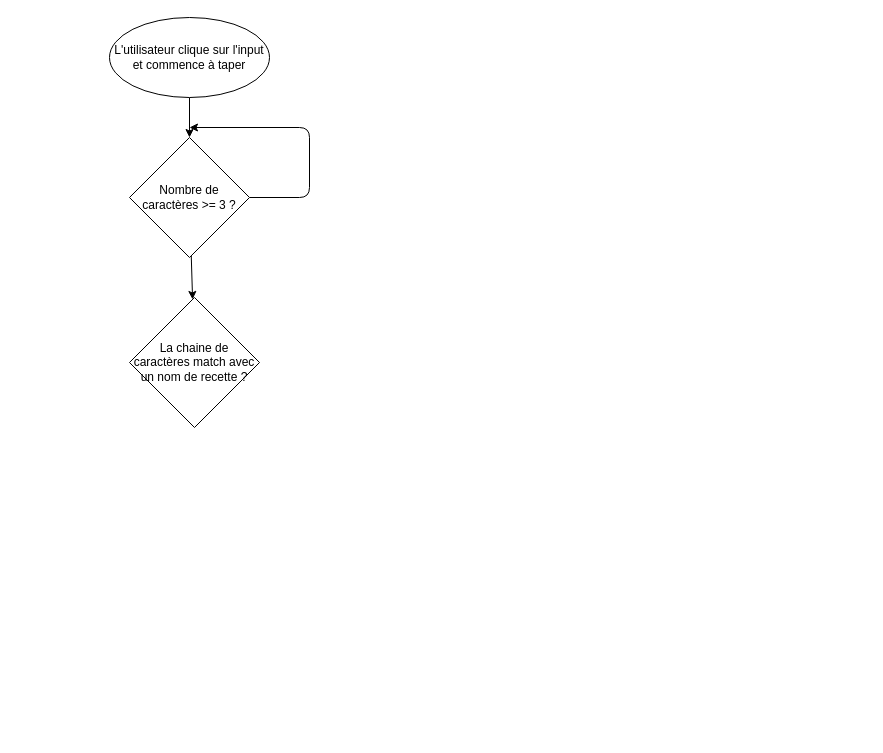
Earlier version of the draw.io diagram algorigramme.drawio (Matthieu-Mary/P7-Les_petits_plats). Source tidied: cells renumbered, new cells numbered last; positions are measured from the earlier drawing's top-left corner, leaving out a move shared by most shapes. Both pictures are drawn from the tidied source at 100%, with x=0, y=0 at pixel (109, 17).
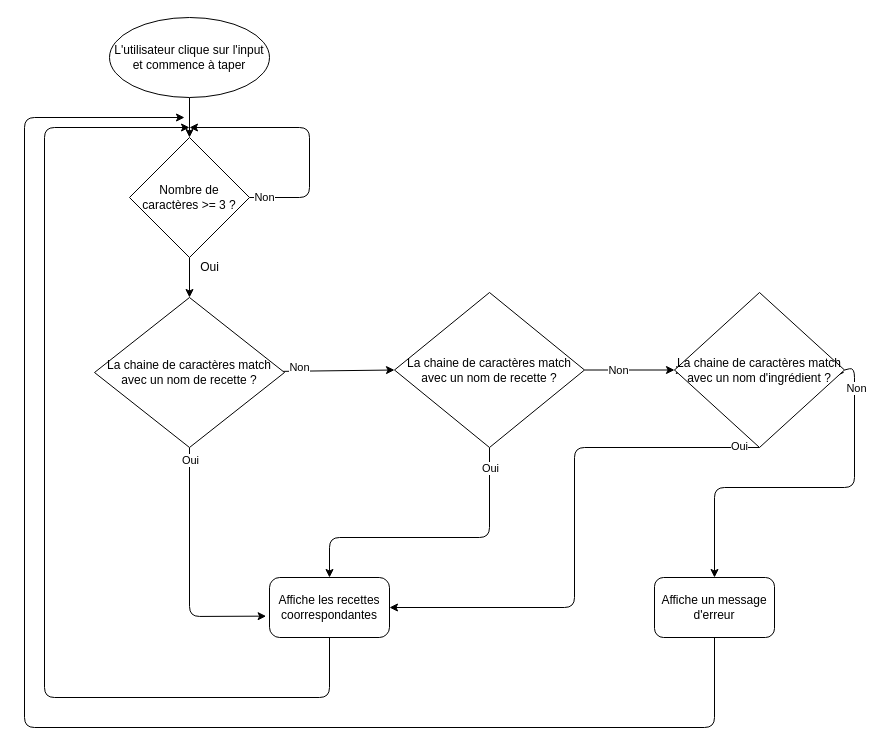
After the change.

Unchanged cells that the change refers to:
```xml
<mxCell id="4" style="edgeStyle=none;html=1;exitX=1;exitY=0.5;exitDx=0;exitDy=0;" parent="1" edge="1" source="6">
  <mxGeometry relative="1" as="geometry">
    <mxPoint x="80" y="110" as="targetPoint" />
    <Array as="points">
      <mxPoint x="200" y="180" />
      <mxPoint x="200" y="110" />
    </Array>
  </mxGeometry>
</mxCell>
<mxCell id="6" value="Nombre de caractères &amp;gt;= 3 ?" style="rhombus;whiteSpace=wrap;html=1;" parent="1" vertex="1">
  <mxGeometry x="20" y="120" width="120" height="120" as="geometry" />
</mxCell>
```

Change to the diagram source:
```diff
@@
+    <mxCell id="8" value="Non" style="edgeLabel;html=1;align=center;verticalAlign=middle;" parent="4" vertex="1">
+      <mxGeometry x="-0.89" y="1" relative="1" as="geometry" />
+    </mxCell>
-    <mxCell id="5" style="edgeStyle=none;html=1;" parent="1" edge="1" source="6" target="7">
+    <mxCell id="5" style="edgeStyle=none;html=1;exitX=0.5;exitY=1;exitDx=0;exitDy=0;" parent="1" edge="1" source="6" target="7">
       <mxGeometry relative="1" as="geometry" />
     </mxCell>
@@
+    <mxCell id="9" style="edgeStyle=none;html=1;entryX=-0.028;entryY=0.644;entryDx=0;entryDy=0;entryPerimeter=0;" parent="1" edge="1" target="14">
+      <mxGeometry relative="1" as="geometry">
+        <mxPoint x="80" y="430" as="sourcePoint" />
+        <Array as="points">
+          <mxPoint x="80" y="599" />
+        </Array>
+      </mxGeometry>
+    </mxCell>
+    <mxCell id="10" value="Oui" style="edgeLabel;html=1;align=center;verticalAlign=middle;" parent="9" vertex="1">
+      <mxGeometry x="-0.9" relative="1" as="geometry" />
+    </mxCell>
+    <mxCell id="11" style="edgeStyle=none;html=1;entryX=0;entryY=0.5;entryDx=0;entryDy=0;" parent="1" edge="1" source="7" target="18">
+      <mxGeometry relative="1" as="geometry" />
+    </mxCell>
+    <mxCell id="12" value="Non" style="edgeLabel;html=1;align=center;verticalAlign=middle;" parent="11" vertex="1">
+      <mxGeometry x="-0.72" y="4" relative="1" as="geometry" />
+    </mxCell>
     <mxCell id="7" value="La chaine de caractères match avec un nom de recette ?" style="rhombus;whiteSpace=wrap;html=1;" parent="1" vertex="1">
-      <mxGeometry x="20" y="280" width="130" height="130" as="geometry" />
+      <mxGeometry x="-15" y="280" width="190" height="150" as="geometry" />
     </mxCell>
+    <mxCell id="13" style="edgeStyle=none;html=1;exitX=0.5;exitY=1;exitDx=0;exitDy=0;" parent="1" edge="1" source="14">
+      <mxGeometry relative="1" as="geometry">
+        <mxPoint x="80" y="110" as="targetPoint" />
+        <Array as="points">
+          <mxPoint x="220" y="680" />
+          <mxPoint x="-65" y="680" />
+          <mxPoint x="-65" y="110" />
+        </Array>
+      </mxGeometry>
+    </mxCell>
+    <mxCell id="14" value="Affiche les recettes coorrespondantes" style="rounded=1;whiteSpace=wrap;html=1;arcSize=17;" parent="1" vertex="1">
+      <mxGeometry x="160" y="560" width="120" height="60" as="geometry" />
+    </mxCell>
+    <mxCell id="15" style="edgeStyle=none;html=1;exitX=1;exitY=0.5;exitDx=0;exitDy=0;" parent="1" edge="1" source="18" target="27">
+      <mxGeometry relative="1" as="geometry" />
+    </mxCell>
+    <mxCell id="16" style="edgeStyle=none;html=1;exitX=0.5;exitY=1;exitDx=0;exitDy=0;entryX=0.5;entryY=0;entryDx=0;entryDy=0;" parent="1" edge="1" source="18" target="14">
+      <mxGeometry relative="1" as="geometry">
+        <Array as="points">
+          <mxPoint x="380" y="520" />
+          <mxPoint x="220" y="520" />
+        </Array>
+      </mxGeometry>
+    </mxCell>
+    <mxCell id="17" value="Oui" style="edgeLabel;html=1;align=center;verticalAlign=middle;" parent="16" vertex="1">
+      <mxGeometry x="-0.86" relative="1" as="geometry" />
+    </mxCell>
+    <mxCell id="18" value="&lt;span&gt;La chaine de caractères match avec un nom de recette ?&lt;/span&gt;" style="rhombus;whiteSpace=wrap;html=1;" parent="1" vertex="1">
+      <mxGeometry x="285" y="275" width="190" height="155" as="geometry" />
+    </mxCell>
+    <mxCell id="19" value="Oui" style="text;html=1;align=center;verticalAlign=middle;strokeColor=none;fillColor=none;" parent="1" vertex="1">
+      <mxGeometry x="85" y="240" width="30" height="20" as="geometry" />
+    </mxCell>
+    <mxCell id="20" value="Non" style="edgeLabel;html=1;align=center;verticalAlign=middle;" parent="1" vertex="1">
+      <mxGeometry x="420" y="355" as="geometry">
+        <mxPoint x="88" y="-3" as="offset" />
+      </mxGeometry>
+    </mxCell>
+    <mxCell id="21" style="edgeStyle=none;html=1;" parent="1" edge="1" source="27">
+      <mxGeometry relative="1" as="geometry">
+        <mxPoint x="735" y="355" as="targetPoint" />
+      </mxGeometry>
+    </mxCell>
+    <mxCell id="22" style="edgeStyle=none;html=1;exitX=0;exitY=0.5;exitDx=0;exitDy=0;" parent="1" edge="1" source="27">
+      <mxGeometry relative="1" as="geometry">
+        <mxPoint x="575" y="353" as="targetPoint" />
+      </mxGeometry>
+    </mxCell>
+    <mxCell id="23" style="edgeStyle=none;html=1;exitX=0.5;exitY=1;exitDx=0;exitDy=0;entryX=1;entryY=0.5;entryDx=0;entryDy=0;" parent="1" edge="1" source="27" target="14">
+      <mxGeometry relative="1" as="geometry">
+        <Array as="points">
+          <mxPoint x="465" y="430" />
+          <mxPoint x="465" y="590" />
+        </Array>
+      </mxGeometry>
+    </mxCell>
+    <mxCell id="24" value="Oui" style="edgeLabel;html=1;align=center;verticalAlign=middle;" parent="23" vertex="1">
+      <mxGeometry x="-0.92" y="-2" relative="1" as="geometry" />
+    </mxCell>
+    <mxCell id="25" style="edgeStyle=none;html=1;exitX=1;exitY=0.5;exitDx=0;exitDy=0;" parent="1" edge="1" source="27" target="29">
+      <mxGeometry relative="1" as="geometry">
+        <Array as="points">
+          <mxPoint x="745" y="350" />
+          <mxPoint x="745" y="470" />
+          <mxPoint x="605" y="470" />
+        </Array>
+      </mxGeometry>
+    </mxCell>
+    <mxCell id="26" value="Non" style="edgeLabel;html=1;align=center;verticalAlign=middle;" parent="25" vertex="1">
+      <mxGeometry x="-0.83" y="1" relative="1" as="geometry" />
+    </mxCell>
+    <mxCell id="27" value="&lt;span&gt;La chaine de caractères match avec un nom d'ingrédient ?&lt;/span&gt;" style="rhombus;whiteSpace=wrap;html=1;" parent="1" vertex="1">
+      <mxGeometry x="565" y="275" width="170" height="155" as="geometry" />
+    </mxCell>
+    <mxCell id="28" style="edgeStyle=none;html=1;" parent="1" edge="1" source="29">
+      <mxGeometry relative="1" as="geometry">
+        <mxPoint x="75" y="100" as="targetPoint" />
+        <Array as="points">
+          <mxPoint x="605" y="710" />
+          <mxPoint x="-85" y="710" />
+          <mxPoint x="-85" y="100" />
+        </Array>
+      </mxGeometry>
+    </mxCell>
+    <mxCell id="29" value="Affiche un message d'erreur" style="rounded=1;whiteSpace=wrap;html=1;" parent="1" vertex="1">
+      <mxGeometry x="545" y="560" width="120" height="60" as="geometry" />
+    </mxCell>
```
